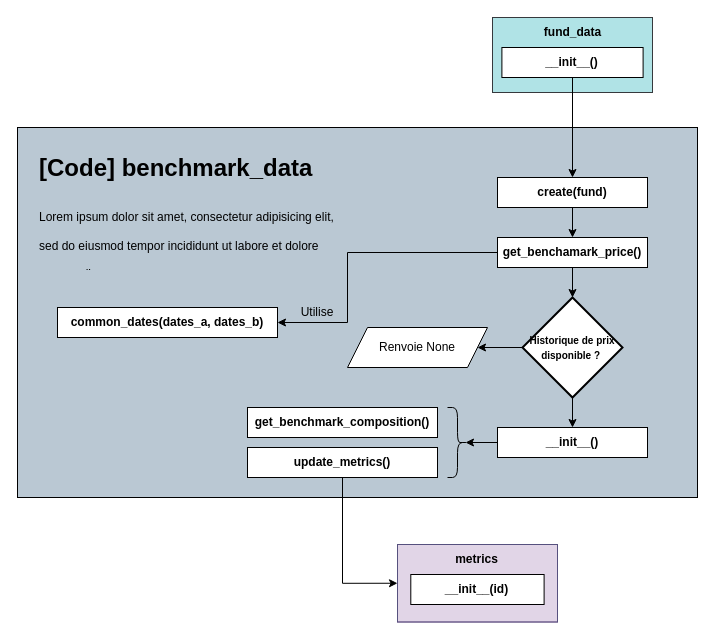
Before: Benchamark.drawio in salimelouahdani/DrawIO, a draw.io diagram. Source tidied: cells renumbered, new cells numbered last; positions are measured from the earlier drawing's top-left corner, leaving out a move shared by most shapes. Both pictures are drawn from the tidied source at 100%, with x=0, y=0 at pixel (17, 17).
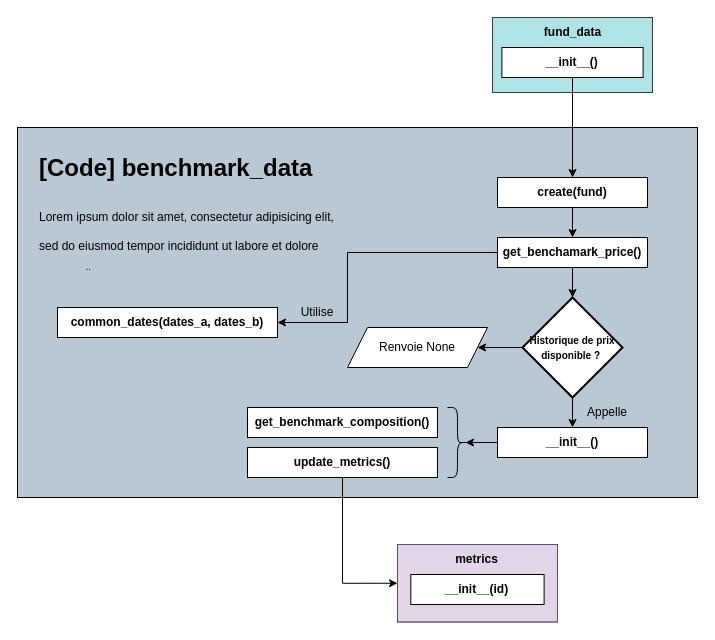
Above is the later version.

Commit message:
Mettre à jour Benchamark.drawio

What changed in the source:
```diff
@@
+    <mxCell id="31" value="Appelle" style="text;html=1;align=center;verticalAlign=middle;whiteSpace=wrap;rounded=0;" parent="1" vertex="1">
+      <mxGeometry x="560" y="380" width="60" height="30" as="geometry" />
+    </mxCell>
```
